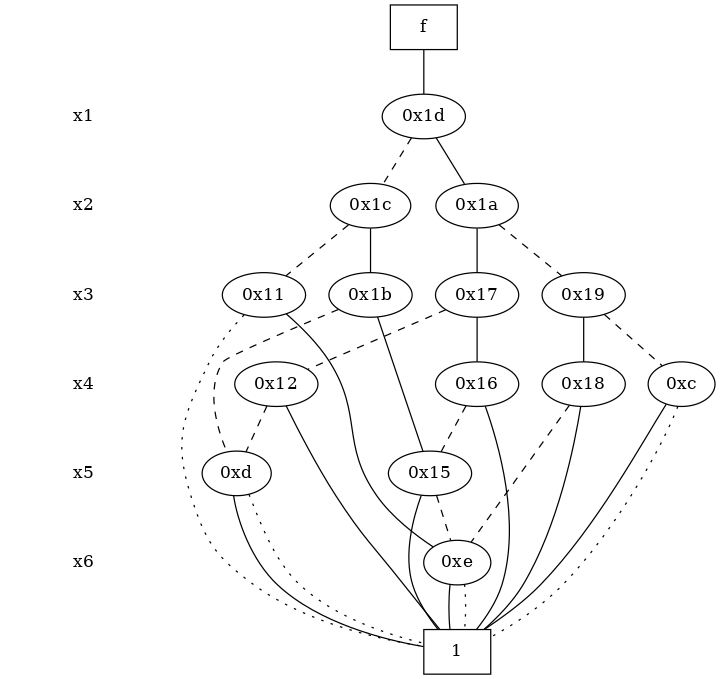
This is expretest/original_bdd.png from loipsheng/cudd-3.0.0.1, a Graphviz export, as it was before one commit. Its source is kept beside it as expretest/original_bdd.dot.
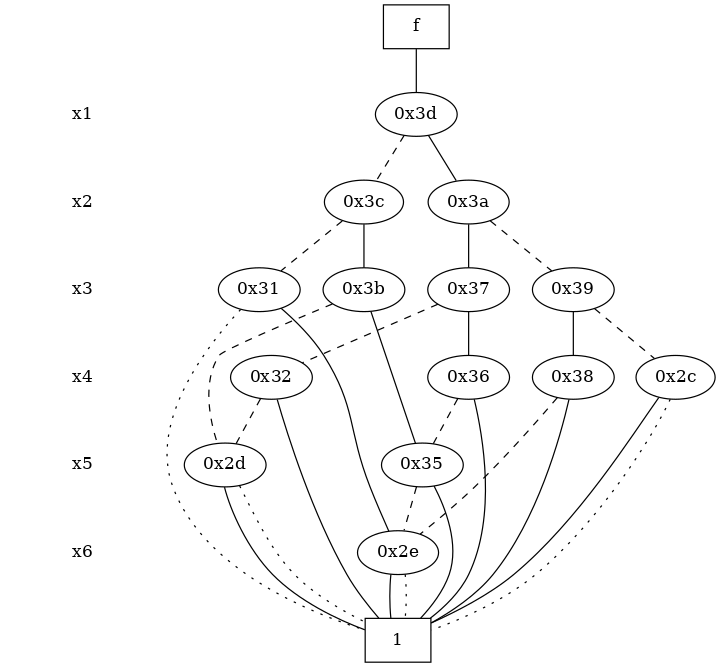
The same diagram one commit later.

Diff of the diagram source:
```diff
@@ -10,63 +10,63 @@
 { rank = same; node [shape = box]; edge [style = invis];
 "  f  "; }
 { rank = same; " x1 ";
-"0x1d";
+"0x3d";
 }
 { rank = same; " x2 ";
-"0x1c";
-"0x1a";
+"0x3c";
+"0x3a";
 }
 { rank = same; " x3 ";
-"0x11";
-"0x19";
-"0x17";
-"0x1b";
+"0x37";
+"0x3b";
+"0x31";
+"0x39";
 }
 { rank = same; " x4 ";
-"0x16";
-"0xc";
-"0x12";
-"0x18";
+"0x2c";
+"0x32";
+"0x38";
+"0x36";
 }
 { rank = same; " x5 ";
-"0xd";
-"0x15";
+"0x2d";
+"0x35";
 }
 { rank = same; " x6 ";
-"0xe";
+"0x2e";
 }
 { rank = same; "CONST NODES";
-{ node [shape = box]; "0x5";
+{ node [shape = box]; "0x25";
 }
 }
-"  f  " -> "0x1d" [style = solid];
-"0x1d" -> "0x1a";
-"0x1d" -> "0x1c" [style = dashed];
-"0x1c" -> "0x1b";
-"0x1c" -> "0x11" [style = dashed];
-"0x1a" -> "0x17";
-"0x1a" -> "0x19" [style = dashed];
-"0x11" -> "0xe";
-"0x11" -> "0x5" [style = dotted];
-"0x19" -> "0x18";
-"0x19" -> "0xc" [style = dashed];
-"0x17" -> "0x16";
-"0x17" -> "0x12" [style = dashed];
-"0x1b" -> "0x15";
-"0x1b" -> "0xd" [style = dashed];
-"0x16" -> "0x5";
-"0x16" -> "0x15" [style = dashed];
-"0xc" -> "0x5";
-"0xc" -> "0x5" [style = dotted];
-"0x12" -> "0x5";
-"0x12" -> "0xd" [style = dashed];
-"0x18" -> "0x5";
-"0x18" -> "0xe" [style = dashed];
-"0xd" -> "0x5";
-"0xd" -> "0x5" [style = dotted];
-"0x15" -> "0x5";
-"0x15" -> "0xe" [style = dashed];
-"0xe" -> "0x5";
-"0xe" -> "0x5" [style = dotted];
-"0x5" [label = "1"];
+"  f  " -> "0x3d" [style = solid];
+"0x3d" -> "0x3a";
+"0x3d" -> "0x3c" [style = dashed];
+"0x3c" -> "0x3b";
+"0x3c" -> "0x31" [style = dashed];
+"0x3a" -> "0x37";
+"0x3a" -> "0x39" [style = dashed];
+"0x37" -> "0x36";
+"0x37" -> "0x32" [style = dashed];
+"0x3b" -> "0x35";
+"0x3b" -> "0x2d" [style = dashed];
+"0x31" -> "0x2e";
+"0x31" -> "0x25" [style = dotted];
+"0x39" -> "0x38";
+"0x39" -> "0x2c" [style = dashed];
+"0x2c" -> "0x25";
+"0x2c" -> "0x25" [style = dotted];
+"0x32" -> "0x25";
+"0x32" -> "0x2d" [style = dashed];
+"0x38" -> "0x25";
+"0x38" -> "0x2e" [style = dashed];
+"0x36" -> "0x25";
+"0x36" -> "0x35" [style = dashed];
+"0x2d" -> "0x25";
+"0x2d" -> "0x25" [style = dotted];
+"0x35" -> "0x25";
+"0x35" -> "0x2e" [style = dashed];
+"0x2e" -> "0x25";
+"0x2e" -> "0x25" [style = dotted];
+"0x25" [label = "1"];
 }
```
